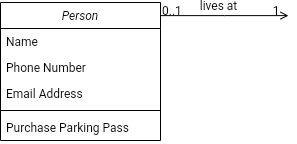
Above: HNGx2UML.drawio.png in phurhard/HNGx2 (draw.io), before the change. Source tidied: cells renumbered, new cells last; positions are measured from the earlier drawing's top-left corner, leaving out a move shared by most shapes.
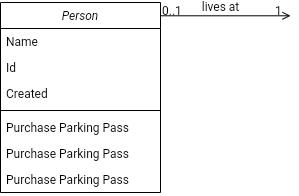
After the change.

What changed in the source:
```diff
@@ -3,15 +3,15 @@
     <mxCell id="0" />
     <mxCell id="1" parent="0" />
     <mxCell id="2" value="Person" style="swimlane;fontStyle=2;align=center;verticalAlign=top;horizontal=1;startSize=26;rounded=0;shadow=0;strokeWidth=1;" parent="1" vertex="1">
-      <mxGeometry width="160" height="138" as="geometry" />
+      <mxGeometry width="160" height="190" as="geometry" />
     </mxCell>
     <mxCell id="3" value="Name" style="text;align=left;verticalAlign=top;spacingLeft=4;spacingRight=4;overflow=hidden;" parent="2" vertex="1">
       <mxGeometry y="26" width="160" height="26" as="geometry" />
     </mxCell>
-    <mxCell id="4" value="Phone Number" style="text;align=left;verticalAlign=top;spacingLeft=4;spacingRight=4;overflow=hidden;rounded=0;shadow=0;html=0;" parent="2" vertex="1">
+    <mxCell id="4" value="Id" style="text;align=left;verticalAlign=top;spacingLeft=4;spacingRight=4;overflow=hidden;rounded=0;shadow=0;html=0;" parent="2" vertex="1">
       <mxGeometry y="52" width="160" height="26" as="geometry" />
     </mxCell>
-    <mxCell id="5" value="Email Address" style="text;align=left;verticalAlign=top;spacingLeft=4;spacingRight=4;overflow=hidden;rounded=0;shadow=0;html=0;" parent="2" vertex="1">
+    <mxCell id="5" value="Created" style="text;align=left;verticalAlign=top;spacingLeft=4;spacingRight=4;overflow=hidden;rounded=0;shadow=0;html=0;" parent="2" vertex="1">
       <mxGeometry y="78" width="160" height="26" as="geometry" />
     </mxCell>
     <mxCell id="6" style="line;html=1;strokeWidth=1;align=left;verticalAlign=middle;spacingTop=-1;spacingLeft=3;spacingRight=3;labelPosition=right;" parent="2" vertex="1">
@@ -20,9 +20,15 @@
     <mxCell id="7" value="Purchase Parking Pass" style="text;align=left;verticalAlign=top;spacingLeft=4;spacingRight=4;overflow=hidden;" parent="2" vertex="1">
       <mxGeometry y="112" width="160" height="26" as="geometry" />
     </mxCell>
+    <mxCell id="12" value="Purchase Parking Pass" style="text;align=left;verticalAlign=top;spacingLeft=4;spacingRight=4;overflow=hidden;" parent="2" vertex="1">
+      <mxGeometry y="138" width="160" height="26" as="geometry" />
+    </mxCell>
+    <mxCell id="13" value="Purchase Parking Pass" style="text;align=left;verticalAlign=top;spacingLeft=4;spacingRight=4;overflow=hidden;" parent="2" vertex="1">
+      <mxGeometry y="164" width="160" height="26" as="geometry" />
+    </mxCell>
     <mxCell id="8" style="endArrow=open;shadow=0;strokeWidth=1;rounded=0;endFill=1;edgeStyle=elbowEdgeStyle;elbow=vertical;" parent="1" edge="1" source="2">
       <mxGeometry x="0.5" y="41" relative="1" as="geometry">
-        <mxPoint x="288" y="13.1" as="targetPoint" />
+        <mxPoint x="290" y="13" as="targetPoint" />
         <mxPoint x="-40" y="32" as="offset" />
       </mxGeometry>
     </mxCell>
```
